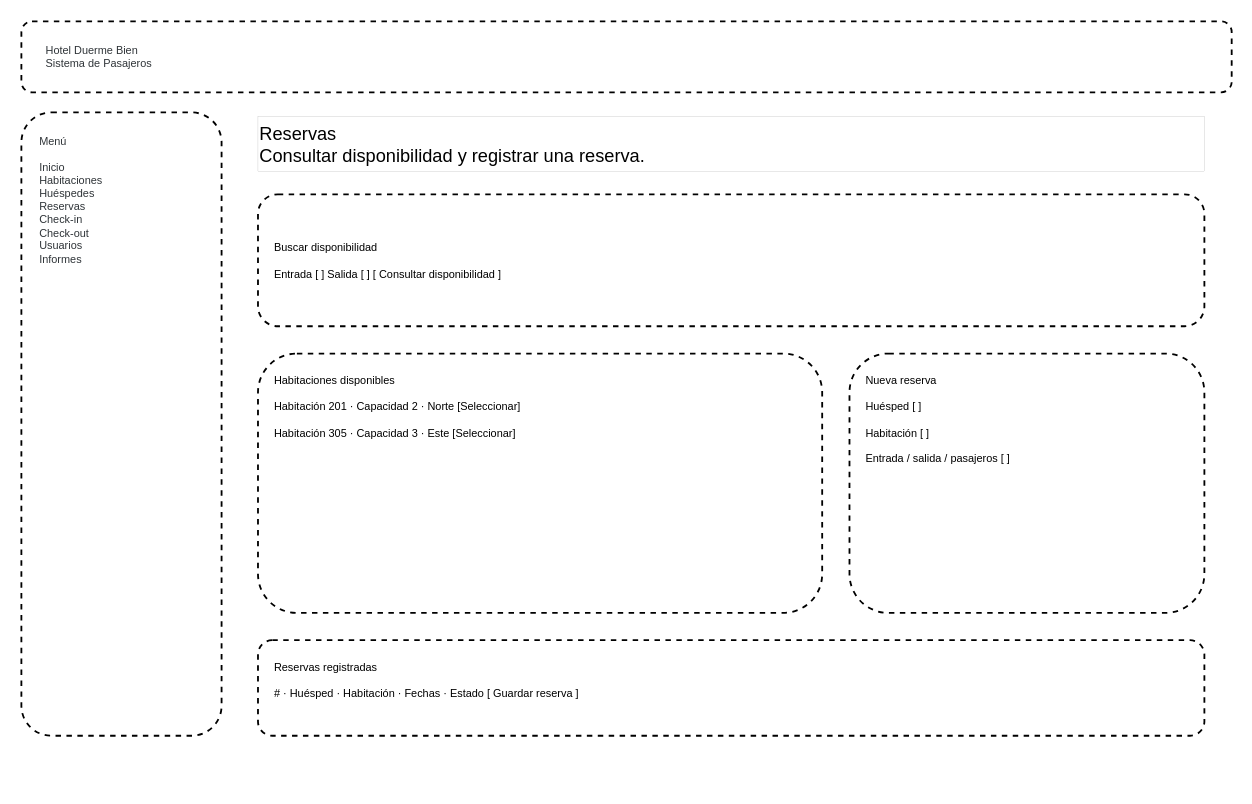
Before: page "Sketch" (1 of 4) of diagramas-editables/04-interfaz.drawio in Yutre3/diego, a draw.io diagram. Source tidied: cells renumbered, new cells numbered last; positions are measured from the earlier drawing's top-left corner, leaving out a move shared by most shapes. Both pictures are drawn from the tidied source at 91%, with x=0, y=0 at pixel (21, 21).
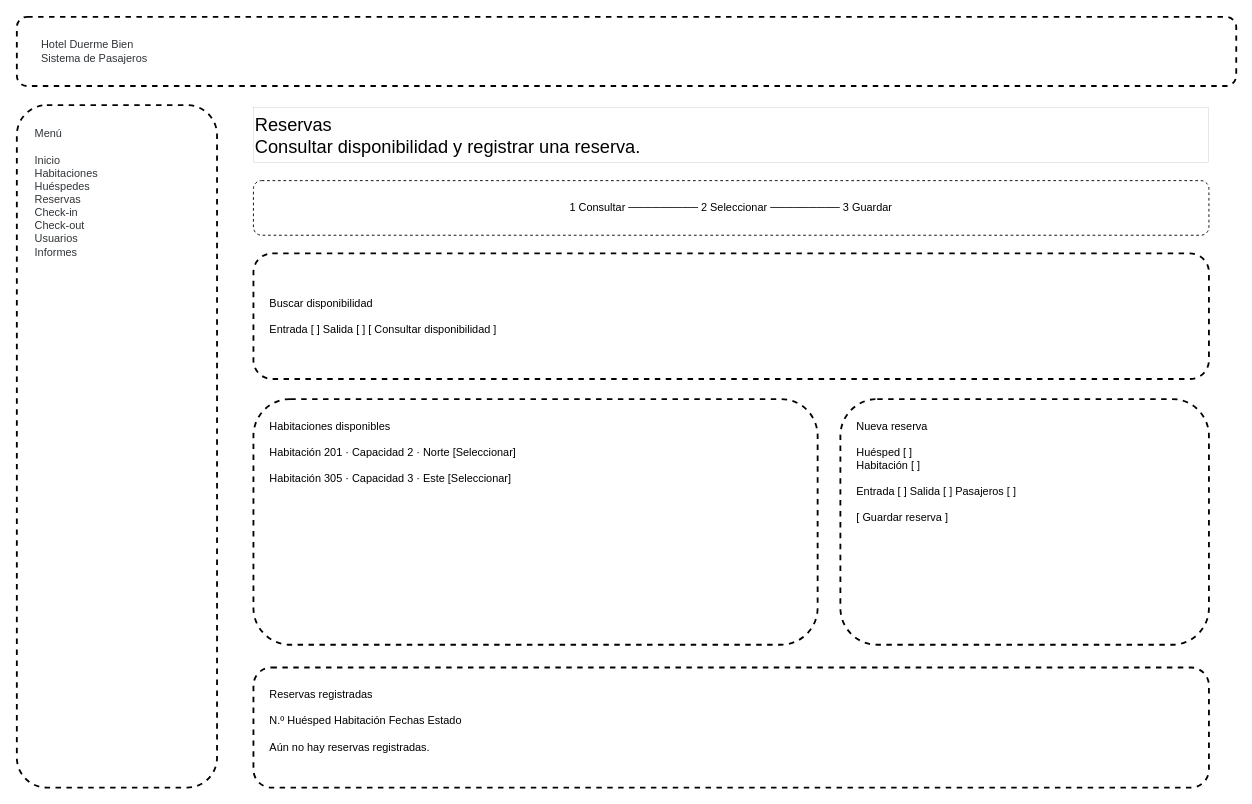
After the change.

What changed in the source:
```diff
@@
 <mxGraphModel>
   <root>
     <mxCell id="0" />
     <mxCell id="1" parent="0" />
     <mxCell id="2" value="Hotel Duerme Bien&#10;Sistema de Pasajeros" style="rounded=1;whiteSpace=wrap;html=1;strokeWidth=2;dashed=1;fillColor=#ffffff;fontColor=#2f3438;align=left;spacingLeft=25;" parent="1" vertex="1">
-      <mxGeometry width="1330" height="78" as="geometry" />
+      <mxGeometry x="-5" y="-5" width="1340" height="76" as="geometry" />
     </mxCell>
     <mxCell id="3" value="Menú&#10;&#10;Inicio&#10;Habitaciones&#10;Huéspedes&#10;Reservas&#10;Check-in&#10;Check-out&#10;Usuarios&#10;Informes" style="rounded=1;whiteSpace=wrap;html=1;strokeWidth=2;dashed=1;fillColor=#ffffff;fontColor=#2f3438;align=left;verticalAlign=top;spacing=20;" parent="1" vertex="1">
-      <mxGeometry y="100" width="220" height="685" as="geometry" />
+      <mxGeometry x="-5" y="92" width="220" height="750" as="geometry" />
     </mxCell>
     <mxCell id="4" value="Reservas&#10;Consultar disponibilidad y registrar una reserva." style="rounded=0;whiteSpace=wrap;html=1;strokeWidth=0;fillColor=#ffffff;align=left;fontSize=20;" parent="1" vertex="1">
-      <mxGeometry x="260" y="105" width="1040" height="60" as="geometry" />
+      <mxGeometry x="255" y="95" width="1050" height="60" as="geometry" />
     </mxCell>
+    <mxCell id="9" value="1 Consultar        ─────────        2 Seleccionar        ─────────        3 Guardar" style="rounded=1;whiteSpace=wrap;html=1;strokeWidth=1;dashed=1;fillColor=#ffffff;align=center;" parent="1" vertex="1">
+      <mxGeometry x="255" y="175" width="1050" height="60" as="geometry" />
+    </mxCell>
     <mxCell id="5" value="Buscar disponibilidad&#10;&#10;Entrada [ ]        Salida [ ]                         [ Consultar disponibilidad ]" style="rounded=1;whiteSpace=wrap;html=1;strokeWidth=2;dashed=1;fillColor=#ffffff;align=left;spacing=18;" parent="1" vertex="1">
-      <mxGeometry x="260" y="190" width="1040" height="145" as="geometry" />
+      <mxGeometry x="255" y="255" width="1050" height="138" as="geometry" />
     </mxCell>
     <mxCell id="6" value="Habitaciones disponibles&#10;&#10;Habitación 201 · Capacidad 2 · Norte                         [Seleccionar]&#10;&#10;Habitación 305 · Capacidad 3 · Este                         [Seleccionar]" style="rounded=1;whiteSpace=wrap;html=1;strokeWidth=2;dashed=1;fillColor=#ffffff;align=left;verticalAlign=top;spacing=18;" parent="1" vertex="1">
-      <mxGeometry x="260" y="365" width="620" height="285" as="geometry" />
+      <mxGeometry x="255" y="415" width="620" height="270" as="geometry" />
     </mxCell>
-    <mxCell id="7" value="Nueva reserva&#10;&#10;Huésped [ ]&#10;&#10;Habitación [ ]&#10;&#10;Entrada / salida / pasajeros [ ]" style="rounded=1;whiteSpace=wrap;html=1;strokeWidth=2;dashed=1;fillColor=#ffffff;align=left;verticalAlign=top;spacing=18;" parent="1" vertex="1">
-      <mxGeometry x="910" y="365" width="390" height="285" as="geometry" />
+    <mxCell id="7" value="Nueva reserva&#10;&#10;Huésped [ ]&#10;Habitación [ ]&#10;&#10;Entrada [ ]   Salida [ ]   Pasajeros [ ]&#10;&#10;[ Guardar reserva ]" style="rounded=1;whiteSpace=wrap;html=1;strokeWidth=2;dashed=1;fillColor=#ffffff;align=left;verticalAlign=top;spacing=18;" parent="1" vertex="1">
+      <mxGeometry x="900" y="415" width="405" height="270" as="geometry" />
     </mxCell>
-    <mxCell id="8" value="Reservas registradas&#10;&#10;# · Huésped · Habitación · Fechas · Estado                         [ Guardar reserva ]" style="rounded=1;whiteSpace=wrap;html=1;strokeWidth=2;dashed=1;fillColor=#ffffff;align=left;verticalAlign=top;spacing=18;" parent="1" vertex="1">
-      <mxGeometry x="260" y="680" width="1040" height="105" as="geometry" />
+    <mxCell id="8" value="Reservas registradas&#10;&#10;N.º        Huésped        Habitación        Fechas        Estado&#10;&#10;Aún no hay reservas registradas." style="rounded=1;whiteSpace=wrap;html=1;strokeWidth=2;dashed=1;fillColor=#ffffff;align=left;verticalAlign=top;spacing=18;" parent="1" vertex="1">
+      <mxGeometry x="255" y="710" width="1050" height="132" as="geometry" />
     </mxCell>
   </root>
 </mxGraphModel>
```
